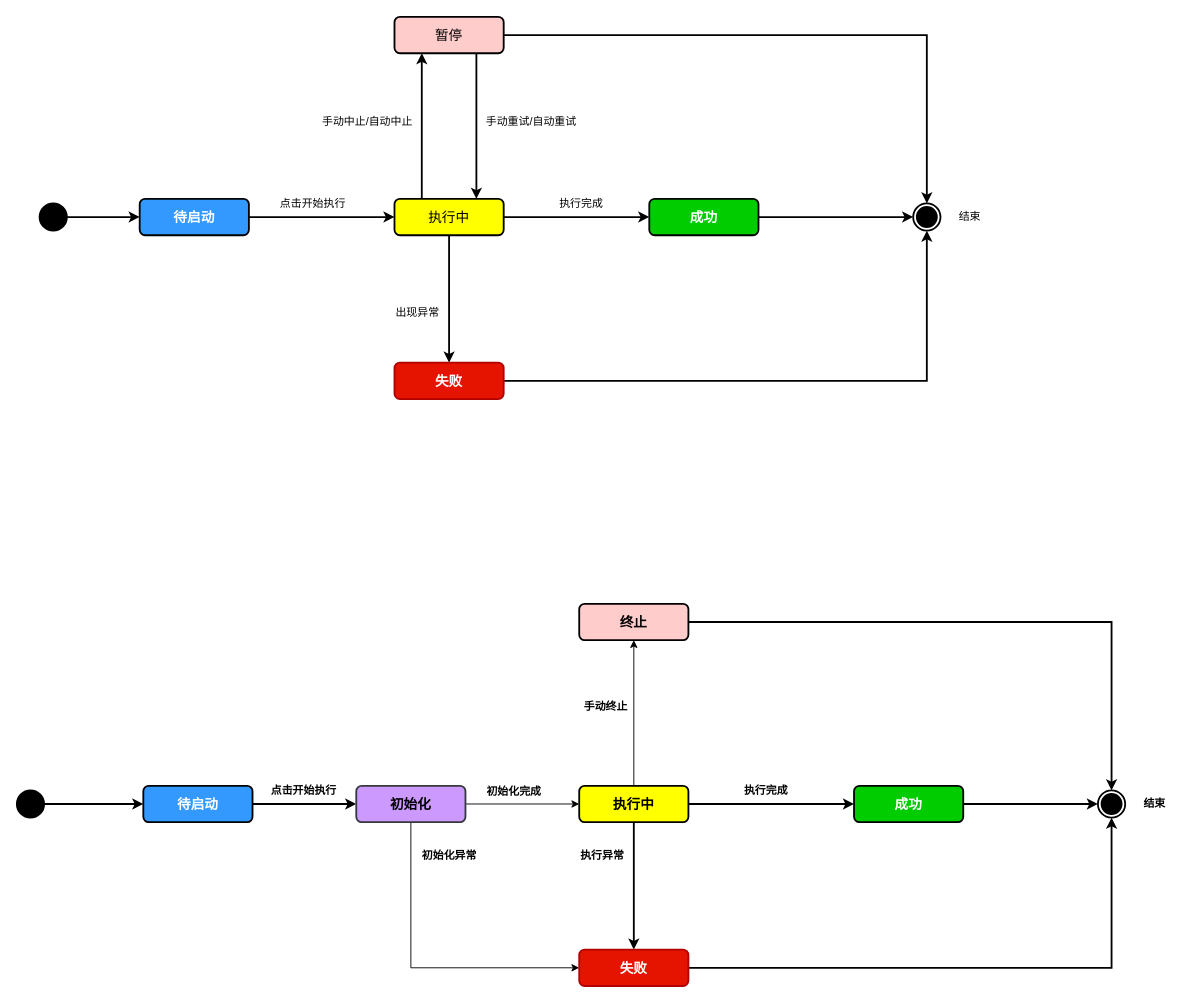
This is 回溯任务状态机.drawio from 999V/draw, a draw.io file, before an edit. Source tidied: cells renumbered, new cells numbered last; positions are measured from the earlier drawing's top-left corner, leaving out a move shared by most shapes. Both pictures are drawn from the tidied source at 91%, with x=0, y=0 at pixel (16, 16).
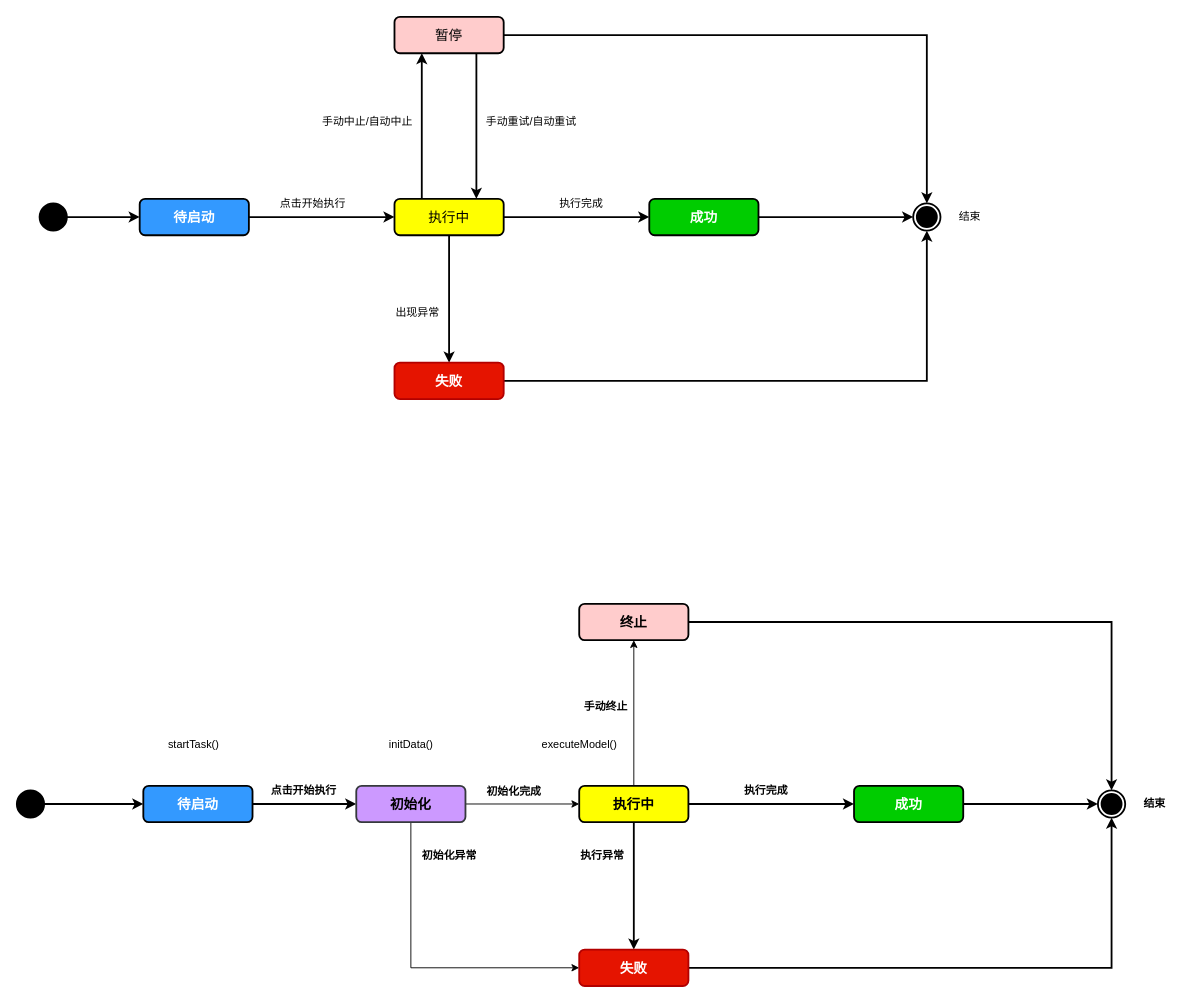
The same diagram, later.

Commit message:
更新回溯任务状态机.drawio

Change to the diagram source:
```diff
@@
+    <mxCell id="49" value="&lt;span style=&quot;text-wrap: wrap;&quot;&gt;startTask()&lt;/span&gt;" style="text;html=1;align=center;verticalAlign=middle;strokeColor=none;fillColor=none;" parent="1" vertex="1">
+      <mxGeometry x="157" y="787" width="74" height="26" as="geometry" />
+    </mxCell>
+    <mxCell id="50" value="initData()" style="text;html=1;align=center;verticalAlign=middle;strokeColor=none;fillColor=none;" parent="1" vertex="1">
+      <mxGeometry x="399.5" y="787" width="67" height="26" as="geometry" />
+    </mxCell>
+    <mxCell id="51" value="executeModel()" style="text;html=1;align=center;verticalAlign=middle;strokeColor=none;fillColor=none;" parent="1" vertex="1">
+      <mxGeometry x="567" y="787" width="101" height="26" as="geometry" />
+    </mxCell>
```
